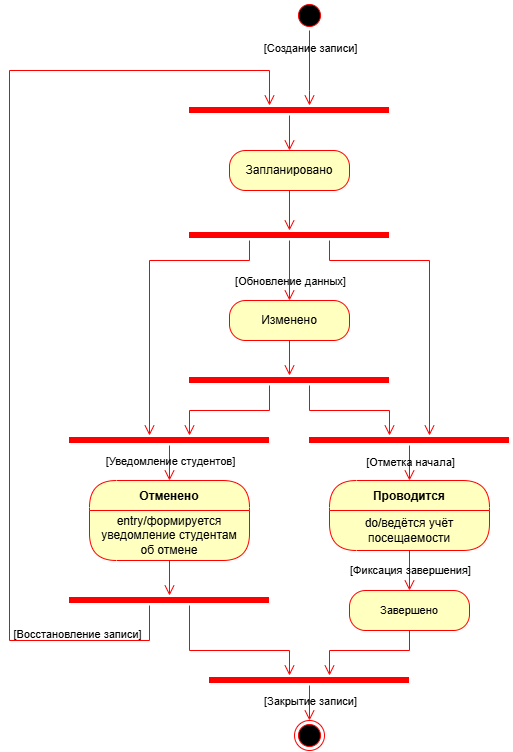
The draw.io diagram 6 семестр/Проектирование информационных систем/Практическая работа №7/ДиаграммаСостояний.drawio.png in Hohrandrey/RTU_MIREA_2023-2027, before a commit. Source tidied: cells renumbered, new cells last; positions are measured from the earlier drawing's top-left corner, leaving out a move shared by most shapes.
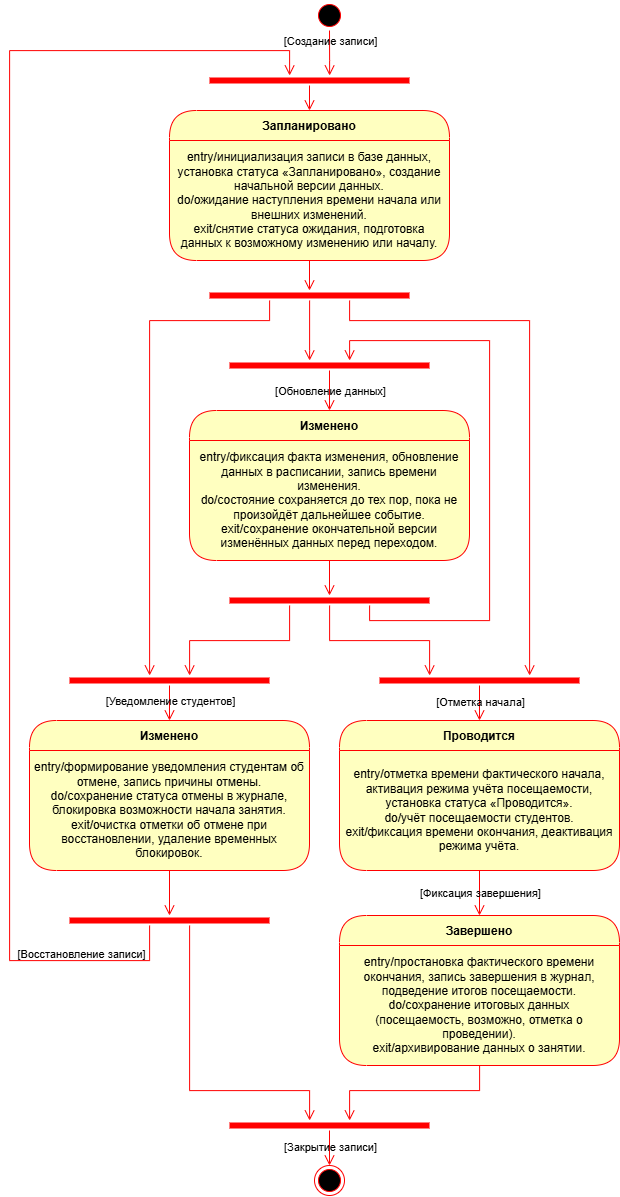
The same file after the commit.

Diff of the diagram source:
```diff
@@ -3,50 +3,33 @@
     <mxCell id="0" />
     <mxCell id="1" parent="0" />
     <mxCell id="2" style="ellipse;html=1;shape=startState;fillColor=#000000;strokeColor=#ff0000;" parent="1" vertex="1">
-      <mxGeometry x="285" width="30" height="30" as="geometry" />
+      <mxGeometry x="285" y="30" width="30" height="30" as="geometry" />
     </mxCell>
-    <mxCell id="3" value="Отменено" style="swimlane;fontStyle=1;align=center;verticalAlign=middle;horizontal=1;startSize=30;fontColor=#000000;rounded=1;arcSize=30;strokeColor=#ff0000;fillColor=#ffffc0;swimlaneFillColor=#ffffc0;" parent="1" vertex="1">
-      <mxGeometry x="80" y="480" width="160" height="80" as="geometry" />
-    </mxCell>
-    <mxCell id="4" value="entry/формируется уведомление студентам об отмене" style="text;html=1;strokeColor=none;fillColor=none;align=center;verticalAlign=middle;spacingLeft=4;spacingRight=4;whiteSpace=wrap;overflow=hidden;fontColor=#000000;" parent="3" vertex="1">
-      <mxGeometry y="30" width="160" height="50" as="geometry" />
-    </mxCell>
-    <mxCell id="5" style="edgeStyle=orthogonalEdgeStyle;html=1;verticalAlign=bottom;endArrow=open;endSize=8;strokeColor=#ff0000;rounded=0;" parent="1" edge="1" source="3" target="18">
+    <mxCell id="5" style="edgeStyle=orthogonalEdgeStyle;html=1;verticalAlign=bottom;endArrow=open;endSize=8;strokeColor=#ff0000;rounded=0;" parent="1" edge="1" source="49" target="18">
       <mxGeometry relative="1" as="geometry" />
     </mxCell>
-    <mxCell id="6" value="Запланировано" style="rounded=1;whiteSpace=wrap;html=1;arcSize=40;fontColor=#000000;fillColor=#ffffc0;strokeColor=#ff0000;" parent="1" vertex="1">
-      <mxGeometry x="220" y="150" width="120" height="40" as="geometry" />
-    </mxCell>
-    <mxCell id="7" style="edgeStyle=orthogonalEdgeStyle;html=1;verticalAlign=bottom;endArrow=open;endSize=8;strokeColor=#ff0000;rounded=0;" parent="1" edge="1" source="6" target="8">
+    <mxCell id="7" style="edgeStyle=orthogonalEdgeStyle;html=1;verticalAlign=bottom;endArrow=open;endSize=8;strokeColor=#ff0000;rounded=0;" parent="1" edge="1" source="42" target="8">
       <mxGeometry relative="1" as="geometry" />
     </mxCell>
     <mxCell id="8" style="shape=line;html=1;strokeWidth=6;strokeColor=#ff0000;" parent="1" vertex="1">
-      <mxGeometry x="180" y="230" width="200" height="10" as="geometry" />
+      <mxGeometry x="180" y="320" width="200" height="10" as="geometry" />
     </mxCell>
-    <mxCell id="9" style="edgeStyle=orthogonalEdgeStyle;html=1;verticalAlign=bottom;endArrow=open;endSize=8;strokeColor=#ff0000;rounded=0;" parent="1" edge="1" source="8" target="11">
-      <mxGeometry relative="1" as="geometry">
-        <Array as="points">
-          <mxPoint x="280" y="310" />
-          <mxPoint x="280" y="310" />
-        </Array>
-      </mxGeometry>
+    <mxCell id="9" style="edgeStyle=orthogonalEdgeStyle;html=1;verticalAlign=bottom;endArrow=open;endSize=8;strokeColor=#ff0000;rounded=0;" parent="1" edge="1" source="43" target="46">
+      <mxGeometry relative="1" as="geometry" />
     </mxCell>
     <mxCell id="10" value="[Обновление данных]" style="edgeLabel;html=1;align=center;verticalAlign=middle;labelBackgroundColor=none;" parent="9" vertex="1">
       <mxGeometry x="0.02" y="-3" relative="1" as="geometry">
-        <mxPoint x="3" y="10" as="offset" />
+        <mxPoint x="3" as="offset" />
       </mxGeometry>
     </mxCell>
-    <mxCell id="11" value="Изменено" style="rounded=1;whiteSpace=wrap;html=1;arcSize=40;fontColor=#000000;fillColor=#ffffc0;strokeColor=#ff0000;" parent="1" vertex="1">
-      <mxGeometry x="220" y="300" width="120" height="40" as="geometry" />
-    </mxCell>
-    <mxCell id="12" style="edgeStyle=orthogonalEdgeStyle;html=1;verticalAlign=bottom;endArrow=open;endSize=8;strokeColor=#ff0000;rounded=0;" parent="1" edge="1" source="11" target="31">
+    <mxCell id="12" style="edgeStyle=orthogonalEdgeStyle;html=1;verticalAlign=bottom;endArrow=open;endSize=8;strokeColor=#ff0000;rounded=0;" parent="1" edge="1" source="47" target="31">
       <mxGeometry relative="1" as="geometry" />
     </mxCell>
     <mxCell id="13" style="edgeStyle=orthogonalEdgeStyle;html=1;verticalAlign=bottom;endArrow=open;endSize=8;strokeColor=#ff0000;rounded=0;" parent="1" edge="1" source="8" target="27">
       <mxGeometry relative="1" as="geometry">
         <Array as="points">
-          <mxPoint x="240" y="260" />
-          <mxPoint x="140" y="260" />
+          <mxPoint x="240" y="350" />
+          <mxPoint x="120" y="350" />
         </Array>
       </mxGeometry>
     </mxCell>
@@ -60,35 +43,35 @@
     </mxCell>
     <mxCell id="15" value="&lt;span&gt;[Создание записи]&lt;/span&gt;" style="edgeLabel;html=1;align=center;verticalAlign=middle;labelBackgroundColor=none;" parent="14" vertex="1">
       <mxGeometry x="-0.14" relative="1" as="geometry">
-        <mxPoint y="-16" as="offset" />
+        <mxPoint y="-10" as="offset" />
       </mxGeometry>
     </mxCell>
     <mxCell id="16" style="shape=line;html=1;strokeWidth=6;strokeColor=#ff0000;" parent="1" vertex="1">
       <mxGeometry x="180" y="105" width="200" height="10" as="geometry" />
     </mxCell>
-    <mxCell id="17" style="edgeStyle=orthogonalEdgeStyle;html=1;verticalAlign=bottom;endArrow=open;endSize=8;strokeColor=#ff0000;rounded=0;entryX=0.5;entryY=0;entryDx=0;entryDy=0;" parent="1" edge="1" source="16" target="6">
+    <mxCell id="17" style="edgeStyle=orthogonalEdgeStyle;html=1;verticalAlign=bottom;endArrow=open;endSize=8;strokeColor=#ff0000;rounded=0;" parent="1" edge="1" source="16" target="6">
       <mxGeometry relative="1" as="geometry" />
     </mxCell>
     <mxCell id="18" style="shape=line;html=1;strokeWidth=6;strokeColor=#ff0000;align=center;verticalAlign=middle;fontFamily=Helvetica;fontSize=11;fontColor=default;labelBackgroundColor=none;fillColor=none;gradientColor=none;" parent="1" vertex="1">
-      <mxGeometry x="60" y="595" width="200" height="10" as="geometry" />
+      <mxGeometry x="40" y="945" width="200" height="10" as="geometry" />
     </mxCell>
     <mxCell id="19" style="edgeStyle=orthogonalEdgeStyle;html=1;verticalAlign=bottom;endArrow=open;endSize=8;strokeColor=#ff0000;rounded=0;fontFamily=Helvetica;fontSize=11;fontColor=default;labelBackgroundColor=none;" parent="1" edge="1" source="18" target="16">
       <mxGeometry relative="1" as="geometry">
         <Array as="points">
-          <mxPoint x="140" y="640" />
-          <mxPoint y="640" />
-          <mxPoint y="70" />
-          <mxPoint x="260" y="70" />
+          <mxPoint x="120" y="990" />
+          <mxPoint x="-20" y="990" />
+          <mxPoint x="-20" y="80" />
+          <mxPoint x="260" y="80" />
         </Array>
       </mxGeometry>
     </mxCell>
     <mxCell id="20" value="[Восстановление записи]" style="edgeLabel;html=1;align=center;verticalAlign=middle;fontFamily=Helvetica;fontSize=11;fontColor=default;labelBackgroundColor=none;fillColor=none;gradientColor=none;" parent="19" vertex="1">
       <mxGeometry x="-0.78" y="-2" relative="1" as="geometry">
-        <mxPoint x="7" y="-5" as="offset" />
+        <mxPoint x="49" y="-5" as="offset" />
       </mxGeometry>
     </mxCell>
     <mxCell id="21" style="shape=line;html=1;strokeWidth=6;strokeColor=#ff0000;align=center;verticalAlign=middle;fontFamily=Helvetica;fontSize=11;fontColor=default;labelBackgroundColor=none;fillColor=none;gradientColor=none;" parent="1" vertex="1">
-      <mxGeometry x="300" y="435" width="200" height="10" as="geometry" />
+      <mxGeometry x="350" y="705" width="200" height="10" as="geometry" />
     </mxCell>
     <mxCell id="22" style="edgeStyle=orthogonalEdgeStyle;html=1;verticalAlign=bottom;endArrow=open;endSize=8;strokeColor=#ff0000;rounded=0;fontFamily=Helvetica;fontSize=11;fontColor=default;labelBackgroundColor=none;" parent="1" edge="1" source="21" target="25">
       <mxGeometry relative="1" as="geometry" />
@@ -101,21 +84,15 @@
     <mxCell id="24" style="edgeStyle=orthogonalEdgeStyle;html=1;verticalAlign=bottom;endArrow=open;endSize=8;strokeColor=#ff0000;rounded=0;fontFamily=Helvetica;fontSize=11;fontColor=default;labelBackgroundColor=none;" parent="1" edge="1" source="8" target="21">
       <mxGeometry relative="1" as="geometry">
         <Array as="points">
-          <mxPoint x="320" y="260" />
-          <mxPoint x="420" y="260" />
+          <mxPoint x="320" y="350" />
+          <mxPoint x="500" y="350" />
         </Array>
       </mxGeometry>
     </mxCell>
-    <mxCell id="25" value="Проводится" style="swimlane;fontStyle=1;align=center;verticalAlign=middle;horizontal=1;startSize=30;fontColor=#000000;rounded=1;arcSize=30;strokeColor=#ff0000;fillColor=#ffffc0;swimlaneFillColor=#ffffc0;" parent="1" vertex="1">
-      <mxGeometry x="320" y="480" width="160" height="70" as="geometry" />
-    </mxCell>
-    <mxCell id="26" value="do/ведётся учёт посещаемости" style="text;html=1;strokeColor=none;fillColor=none;align=center;verticalAlign=middle;spacingLeft=4;spacingRight=4;whiteSpace=wrap;overflow=hidden;fontColor=#000000;" parent="25" vertex="1">
-      <mxGeometry y="30" width="160" height="40" as="geometry" />
-    </mxCell>
     <mxCell id="27" style="shape=line;html=1;strokeWidth=6;strokeColor=#ff0000;align=center;verticalAlign=middle;fontFamily=Helvetica;fontSize=11;fontColor=default;labelBackgroundColor=none;fillColor=none;gradientColor=none;" parent="1" vertex="1">
-      <mxGeometry x="60" y="435" width="200" height="10" as="geometry" />
+      <mxGeometry x="40" y="705" width="200" height="10" as="geometry" />
     </mxCell>
-    <mxCell id="28" style="edgeStyle=orthogonalEdgeStyle;html=1;verticalAlign=bottom;endArrow=open;endSize=8;strokeColor=#ff0000;rounded=0;fontFamily=Helvetica;fontSize=11;fontColor=default;labelBackgroundColor=none;" parent="1" edge="1" source="27" target="3">
+    <mxCell id="28" style="edgeStyle=orthogonalEdgeStyle;html=1;verticalAlign=bottom;endArrow=open;endSize=8;strokeColor=#ff0000;rounded=0;fontFamily=Helvetica;fontSize=11;fontColor=default;labelBackgroundColor=none;" parent="1" edge="1" source="27" target="48">
       <mxGeometry relative="1" as="geometry" />
     </mxCell>
     <mxCell id="29" value="[Уведомление студентов]" style="edgeLabel;html=1;align=center;verticalAlign=middle;fontFamily=Helvetica;fontSize=11;fontColor=default;labelBackgroundColor=none;fillColor=none;gradientColor=none;" parent="28" vertex="1">
@@ -126,34 +103,31 @@
     <mxCell id="30" style="edgeStyle=orthogonalEdgeStyle;html=1;verticalAlign=bottom;endArrow=open;endSize=8;strokeColor=#ff0000;rounded=0;fontFamily=Helvetica;fontSize=11;fontColor=default;labelBackgroundColor=none;" parent="1" edge="1" source="31" target="27">
       <mxGeometry relative="1" as="geometry">
         <Array as="points">
-          <mxPoint x="260" y="410" />
-          <mxPoint x="180" y="410" />
+          <mxPoint x="260" y="670" />
+          <mxPoint x="160" y="670" />
         </Array>
       </mxGeometry>
     </mxCell>
     <mxCell id="31" style="shape=line;html=1;strokeWidth=6;strokeColor=#ff0000;align=center;verticalAlign=middle;fontFamily=Helvetica;fontSize=11;fontColor=default;labelBackgroundColor=none;fillColor=none;gradientColor=none;" parent="1" vertex="1">
-      <mxGeometry x="180" y="375" width="200" height="10" as="geometry" />
+      <mxGeometry x="200" y="625" width="200" height="10" as="geometry" />
     </mxCell>
     <mxCell id="32" style="edgeStyle=orthogonalEdgeStyle;html=1;verticalAlign=bottom;endArrow=open;endSize=8;strokeColor=#ff0000;rounded=0;fontFamily=Helvetica;fontSize=11;fontColor=default;labelBackgroundColor=none;" parent="1" edge="1" source="31" target="21">
       <mxGeometry relative="1" as="geometry">
         <Array as="points">
-          <mxPoint x="300" y="410" />
-          <mxPoint x="380" y="410" />
+          <mxPoint x="300" y="670" />
+          <mxPoint x="400" y="670" />
         </Array>
       </mxGeometry>
     </mxCell>
-    <mxCell id="33" value="Завершено" style="rounded=1;whiteSpace=wrap;html=1;arcSize=40;fontColor=#000000;fillColor=#ffffc0;strokeColor=#ff0000;align=center;verticalAlign=middle;fontFamily=Helvetica;fontSize=11;labelBackgroundColor=none;" parent="1" vertex="1">
-      <mxGeometry x="340" y="590" width="120" height="40" as="geometry" />
-    </mxCell>
-    <mxCell id="34" style="edgeStyle=orthogonalEdgeStyle;html=1;verticalAlign=bottom;endArrow=open;endSize=8;strokeColor=#ff0000;rounded=0;fontFamily=Helvetica;fontSize=11;fontColor=default;labelBackgroundColor=none;" parent="1" edge="1" source="33" target="37">
+    <mxCell id="34" style="edgeStyle=orthogonalEdgeStyle;html=1;verticalAlign=bottom;endArrow=open;endSize=8;strokeColor=#ff0000;rounded=0;fontFamily=Helvetica;fontSize=11;fontColor=default;labelBackgroundColor=none;" parent="1" edge="1" source="51" target="37">
       <mxGeometry relative="1" as="geometry">
         <Array as="points">
-          <mxPoint x="400" y="650" />
-          <mxPoint x="320" y="650" />
+          <mxPoint x="450" y="1120" />
+          <mxPoint x="320" y="1120" />
         </Array>
       </mxGeometry>
     </mxCell>
-    <mxCell id="35" style="edgeStyle=orthogonalEdgeStyle;html=1;verticalAlign=bottom;endArrow=open;endSize=8;strokeColor=#ff0000;rounded=0;fontFamily=Helvetica;fontSize=11;fontColor=default;labelBackgroundColor=none;" parent="1" edge="1" source="25" target="33">
+    <mxCell id="35" style="edgeStyle=orthogonalEdgeStyle;html=1;verticalAlign=bottom;endArrow=open;endSize=8;strokeColor=#ff0000;rounded=0;fontFamily=Helvetica;fontSize=11;fontColor=default;labelBackgroundColor=none;" parent="1" edge="1" source="50" target="33">
       <mxGeometry relative="1" as="geometry" />
     </mxCell>
     <mxCell id="36" value="[Фиксация завершения]" style="edgeLabel;html=1;align=center;verticalAlign=middle;fontFamily=Helvetica;fontSize=11;fontColor=default;labelBackgroundColor=none;fillColor=none;gradientColor=none;" parent="35" vertex="1">
@@ -162,7 +136,7 @@
       </mxGeometry>
     </mxCell>
     <mxCell id="37" style="shape=line;html=1;strokeWidth=6;strokeColor=#ff0000;align=center;verticalAlign=middle;fontFamily=Helvetica;fontSize=11;fontColor=default;labelBackgroundColor=none;fillColor=none;gradientColor=none;" parent="1" vertex="1">
-      <mxGeometry x="200" y="675" width="200" height="10" as="geometry" />
+      <mxGeometry x="200" y="1150" width="200" height="10" as="geometry" />
     </mxCell>
     <mxCell id="38" style="edgeStyle=orthogonalEdgeStyle;html=1;verticalAlign=bottom;endArrow=open;endSize=8;strokeColor=#ff0000;rounded=0;fontFamily=Helvetica;fontSize=11;fontColor=default;labelBackgroundColor=none;" parent="1" edge="1" source="37" target="41">
       <mxGeometry relative="1" as="geometry" />
@@ -173,13 +147,64 @@
     <mxCell id="40" style="edgeStyle=orthogonalEdgeStyle;html=1;verticalAlign=bottom;endArrow=open;endSize=8;strokeColor=#ff0000;rounded=0;fontFamily=Helvetica;fontSize=11;fontColor=default;labelBackgroundColor=none;" parent="1" edge="1" source="18" target="37">
       <mxGeometry relative="1" as="geometry">
         <Array as="points">
-          <mxPoint x="180" y="650" />
-          <mxPoint x="280" y="650" />
+          <mxPoint x="160" y="1120" />
+          <mxPoint x="280" y="1120" />
         </Array>
       </mxGeometry>
     </mxCell>
     <mxCell id="41" style="ellipse;html=1;shape=endState;fillColor=#000000;strokeColor=#ff0000;align=center;verticalAlign=middle;fontFamily=Helvetica;fontSize=11;fontColor=default;labelBackgroundColor=none;" parent="1" vertex="1">
-      <mxGeometry x="285" y="720" width="30" height="30" as="geometry" />
+      <mxGeometry x="285" y="1195" width="30" height="30" as="geometry" />
     </mxCell>
+    <mxCell id="6" value="Запланировано" style="swimlane;fontStyle=1;align=center;verticalAlign=middle;horizontal=1;startSize=30;fontColor=#000000;rounded=1;arcSize=30;strokeColor=#ff0000;fillColor=#ffffc0;swimlaneFillColor=#ffffc0;" parent="1" vertex="1">
+      <mxGeometry x="140" y="140" width="280" height="150" as="geometry" />
+    </mxCell>
+    <mxCell id="42" value="&lt;div&gt;entry/инициализация записи в базе данных, установка статуса «Запланировано», создание начальной версии данных.&lt;br&gt;&lt;span style=&quot;background-color: transparent; color: light-dark(rgb(0, 0, 0), rgb(237, 237, 237));&quot;&gt;do/ожидание наступления времени начала или внешних изменений.&lt;/span&gt;&lt;/div&gt;&lt;div&gt;&lt;span style=&quot;background-color: transparent; color: light-dark(rgb(0, 0, 0), rgb(237, 237, 237));&quot;&gt;exit/снятие статуса ожидания, подготовка данных к возможному изменению или началу.&lt;/span&gt;&lt;/div&gt;" style="text;html=1;strokeColor=none;fillColor=none;align=center;verticalAlign=middle;spacingLeft=4;spacingRight=4;whiteSpace=wrap;overflow=hidden;fontColor=#000000;" parent="6" vertex="1">
+      <mxGeometry y="30" width="280" height="120" as="geometry" />
+    </mxCell>
+    <mxCell id="43" style="shape=line;html=1;strokeWidth=6;strokeColor=#ff0000;" parent="1" vertex="1">
+      <mxGeometry x="200" y="390" width="200" height="10" as="geometry" />
+    </mxCell>
+    <mxCell id="44" style="edgeStyle=orthogonalEdgeStyle;html=1;verticalAlign=bottom;endArrow=open;endSize=8;strokeColor=#ff0000;rounded=0;" parent="1" edge="1" source="8" target="43">
+      <mxGeometry relative="1" as="geometry">
+        <Array as="points">
+          <mxPoint x="280" y="380" />
+          <mxPoint x="280" y="380" />
+        </Array>
+      </mxGeometry>
+    </mxCell>
+    <mxCell id="45" style="edgeStyle=orthogonalEdgeStyle;html=1;verticalAlign=bottom;endArrow=open;endSize=8;strokeColor=#ff0000;rounded=0;fontFamily=Helvetica;fontSize=11;fontColor=default;labelBackgroundColor=none;" parent="1" edge="1" source="31" target="43">
+      <mxGeometry relative="1" as="geometry">
+        <Array as="points">
+          <mxPoint x="340" y="650" />
+          <mxPoint x="460" y="650" />
+          <mxPoint x="460" y="370" />
+          <mxPoint x="320" y="370" />
+        </Array>
+      </mxGeometry>
+    </mxCell>
+    <mxCell id="46" value="Изменено" style="swimlane;fontStyle=1;align=center;verticalAlign=middle;horizontal=1;startSize=30;fontColor=#000000;rounded=1;arcSize=30;strokeColor=#ff0000;fillColor=#ffffc0;swimlaneFillColor=#ffffc0;" parent="1" vertex="1">
+      <mxGeometry x="160" y="440" width="280" height="150" as="geometry" />
+    </mxCell>
+    <mxCell id="47" value="entry/фиксация факта изменения, обновление данных в расписании, запись времени изменения.&lt;br&gt;do/состояние сохраняется до тех пор, пока не произойдёт дальнейшее событие.&lt;br&gt;exit/сохранение окончательной версии изменённых данных перед переходом." style="text;html=1;strokeColor=none;fillColor=none;align=center;verticalAlign=middle;spacingLeft=4;spacingRight=4;whiteSpace=wrap;overflow=hidden;fontColor=#000000;" parent="46" vertex="1">
+      <mxGeometry y="30" width="280" height="120" as="geometry" />
+    </mxCell>
+    <mxCell id="48" value="Изменено" style="swimlane;fontStyle=1;align=center;verticalAlign=middle;horizontal=1;startSize=30;fontColor=#000000;rounded=1;arcSize=30;strokeColor=#ff0000;fillColor=#ffffc0;swimlaneFillColor=#ffffc0;" parent="1" vertex="1">
+      <mxGeometry y="750" width="280" height="150" as="geometry" />
+    </mxCell>
+    <mxCell id="49" value="entry/формирование уведомления студентам об отмене, запись причины отмены.&lt;br&gt;do/сохранение статуса отмены в журнале, блокировка возможности начала занятия.&lt;br&gt;exit/очистка отметки об отмене при восстановлении, удаление временных блокировок." style="text;html=1;strokeColor=none;fillColor=none;align=center;verticalAlign=middle;spacingLeft=4;spacingRight=4;whiteSpace=wrap;overflow=hidden;fontColor=#000000;" parent="48" vertex="1">
+      <mxGeometry y="30" width="280" height="120" as="geometry" />
+    </mxCell>
+    <mxCell id="25" value="Проводится" style="swimlane;fontStyle=1;align=center;verticalAlign=middle;horizontal=1;startSize=30;fontColor=#000000;rounded=1;arcSize=30;strokeColor=#ff0000;fillColor=#ffffc0;swimlaneFillColor=#ffffc0;" parent="1" vertex="1">
+      <mxGeometry x="310" y="750" width="280" height="150" as="geometry" />
+    </mxCell>
+    <mxCell id="50" value="entry/отметка времени фактического начала, активация режима учёта посещаемости, установка статуса «Проводится».&lt;br&gt;do/учёт посещаемости студентов.&lt;br&gt;exit/фиксация времени окончания, деактивация режима учёта." style="text;html=1;strokeColor=none;fillColor=none;align=center;verticalAlign=middle;spacingLeft=4;spacingRight=4;whiteSpace=wrap;overflow=hidden;fontColor=#000000;" parent="25" vertex="1">
+      <mxGeometry y="30" width="280" height="120" as="geometry" />
+    </mxCell>
+    <mxCell id="33" value="Завершено" style="swimlane;fontStyle=1;align=center;verticalAlign=middle;horizontal=1;startSize=30;fontColor=#000000;rounded=1;arcSize=30;strokeColor=#ff0000;fillColor=#ffffc0;swimlaneFillColor=#ffffc0;" parent="1" vertex="1">
+      <mxGeometry x="310" y="945" width="280" height="150" as="geometry" />
+    </mxCell>
+    <mxCell id="51" value="entry/простановка фактического времени окончания, запись завершения в журнал, подведение итогов посещаемости.&lt;br&gt;do/сохранение итоговых данных (посещаемость, возможно, отметка о проведении).&lt;br&gt;exit/архивирование данных о занятии." style="text;html=1;strokeColor=none;fillColor=none;align=center;verticalAlign=middle;spacingLeft=4;spacingRight=4;whiteSpace=wrap;overflow=hidden;fontColor=#000000;" parent="33" vertex="1">
+      <mxGeometry y="30" width="280" height="120" as="geometry" />
+    </mxCell>
   </root>
 </mxGraphModel>
```
